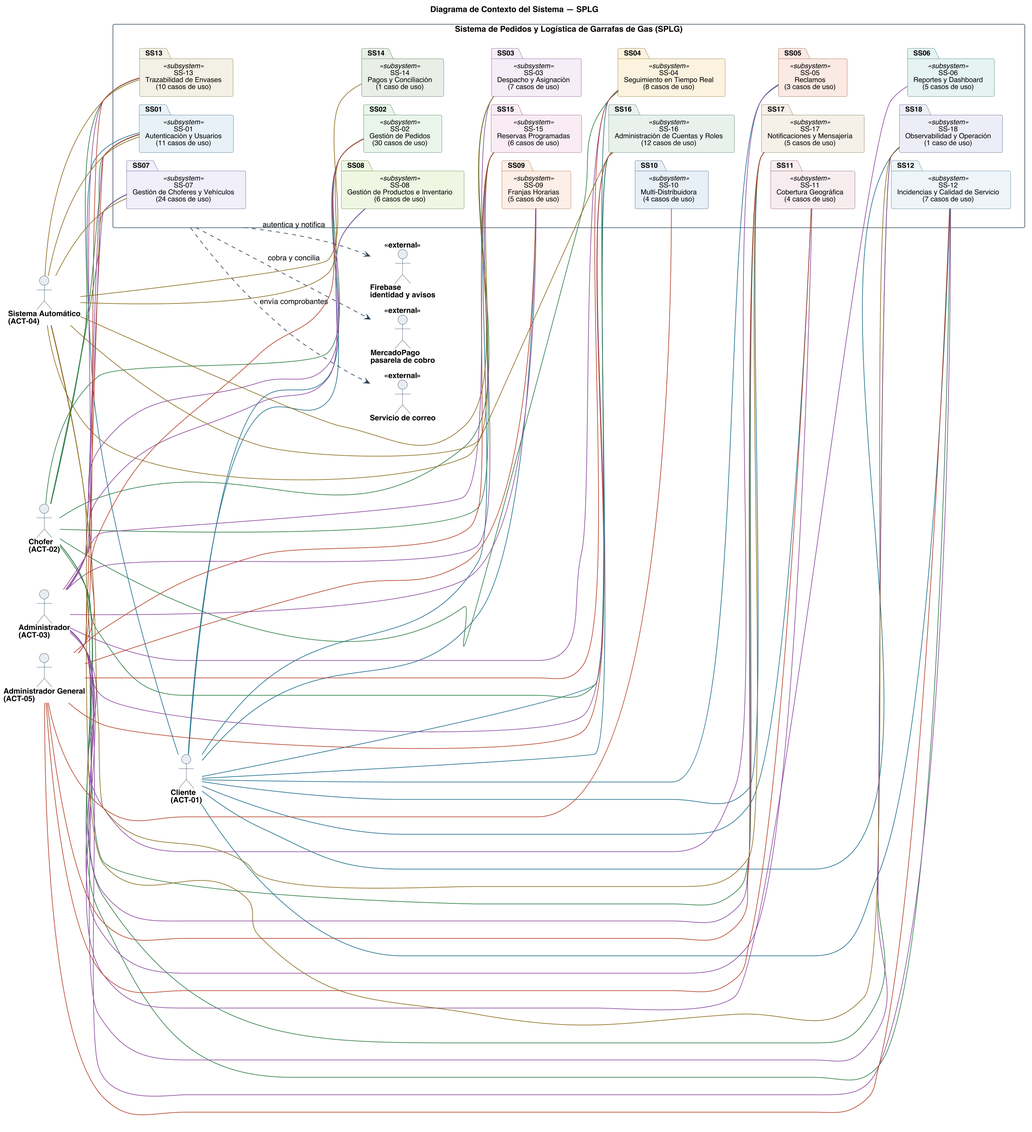
Above: diagramas/uml/CU_Sistema_Diagrama-De-Contexto.png in Nahuelito-Dev/splg-docs (PlantUML), before the change.
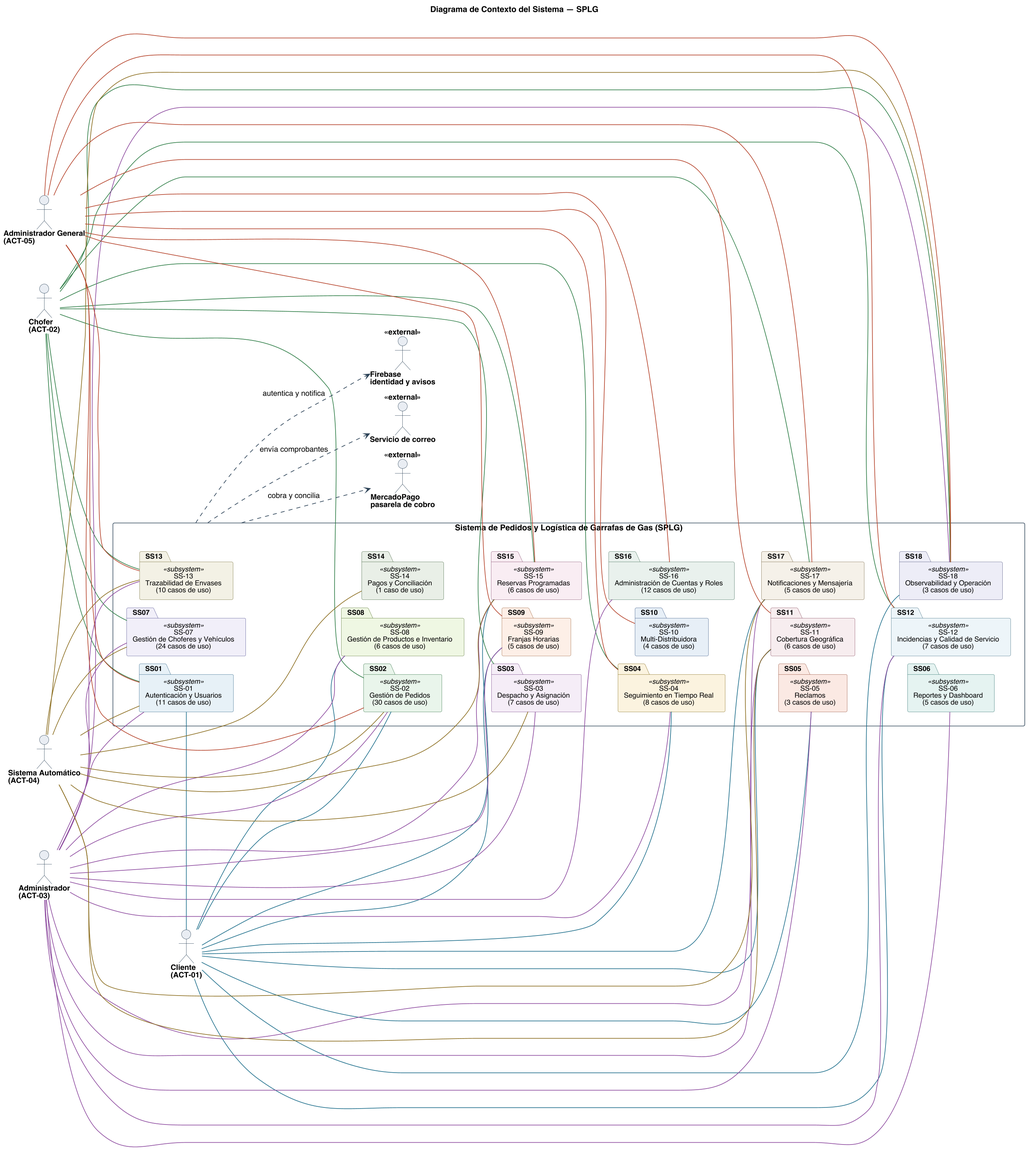
After the change.

Diff of the diagram source:
```diff
@@ -49,14 +49,14 @@
   package "SS-08\nGestión de Productos e Inventario\n(6 casos de uso)" as SS08 <<subsystem>> #back:EFF6E2;line:5E7A3A
   package "SS-09\nFranjas Horarias\n(5 casos de uso)" as SS09 <<subsystem>> #back:FDEFE6;line:A26A45
   package "SS-10\nMulti-Distribuidora\n(4 casos de uso)" as SS10 <<subsystem>> #back:E6EEF7;line:44608B
-  package "SS-11\nCobertura Geográfica\n(4 casos de uso)" as SS11 <<subsystem>> #back:F7ECEF;line:8E5566
+  package "SS-11\nCobertura Geográfica\n(6 casos de uso)" as SS11 <<subsystem>> #back:F7ECEF;line:8E5566
   package "SS-12\nIncidencias y Calidad de Servicio\n(7 casos de uso)" as SS12 <<subsystem>> #back:EDF5F9;line:4A7488
   package "SS-13\nTrazabilidad de Envases\n(10 casos de uso)" as SS13 <<subsystem>> #back:F3F1E4;line:7A7340
   package "SS-14\nPagos y Conciliación\n(1 caso de uso)" as SS14 <<subsystem>> #back:E9EFE6;line:4E6B4A
   package "SS-15\nReservas Programadas\n(6 casos de uso)" as SS15 <<subsystem>> #back:F8EDF3;line:8A5674
   package "SS-16\nAdministración de Cuentas y Roles\n(12 casos de uso)" as SS16 <<subsystem>> #back:E8F1EC;line:4B7560
   package "SS-17\nNotificaciones y Mensajería\n(5 casos de uso)" as SS17 <<subsystem>> #back:F5F0E8;line:7C6B4C
-  package "SS-18\nObservabilidad y Operación\n(1 caso de uso)" as SS18 <<subsystem>> #back:ECEDF6;line:5B5F87
+  package "SS-18\nObservabilidad y Operación\n(3 casos de uso)" as SS18 <<subsystem>> #back:ECEDF6;line:5B5F87
   SS01 -[hidden]- SS02
   SS02 -[hidden]- SS03
   SS03 -[hidden]- SS04
@@ -83,7 +83,6 @@
 A01 -[#1F6F8B]- SS11
 A01 -[#1F6F8B]- SS12
 A01 -[#1F6F8B]- SS15
-A01 -[#1F6F8B]- SS16
 A01 -[#1F6F8B]- SS17
 A01 -[#1F6F8B]- SS18
 A02 -[#2E7D46]- SS01
@@ -94,7 +93,6 @@
 A02 -[#2E7D46]- SS12
 A02 -[#2E7D46]- SS13
 A02 -[#2E7D46]- SS15
-A02 -[#2E7D46]- SS16
 A02 -[#2E7D46]- SS17
 A02 -[#2E7D46]- SS18
 A03 -[#8C4A9E]- SS01
@@ -117,10 +115,10 @@
 A04 -[#8A6D1F]- SS02
 A04 -[#8A6D1F]- SS03
 A04 -[#8A6D1F]- SS07
+A04 -[#8A6D1F]- SS11
 A04 -[#8A6D1F]- SS13
 A04 -[#8A6D1F]- SS14
 A04 -[#8A6D1F]- SS15
-A04 -[#8A6D1F]- SS16
 A04 -[#8A6D1F]- SS17
 A04 -[#8A6D1F]- SS18
 A05 -[#B4432B]- SS01
@@ -134,6 +132,7 @@
 A05 -[#B4432B]- SS15
 A05 -[#B4432B]- SS16
 A05 -[#B4432B]- SS17
+A05 -[#B4432B]- SS18
 
 actor "Firebase\nidentidad y avisos" as XFB <<external>>
 actor "MercadoPago\npasarela de cobro" as XMP <<external>>
```
